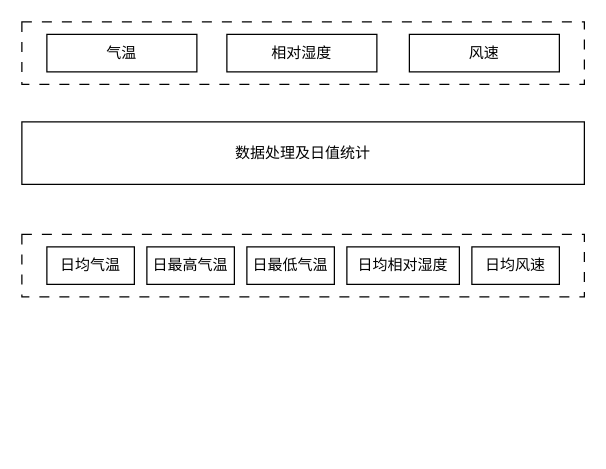
This is 功率条件.drawio from fourmia/Note, a draw.io file, before an edit. Source tidied: cells renumbered, new cells numbered last; positions are measured from the earlier drawing's top-left corner, leaving out a move shared by most shapes. Both pictures are drawn from the tidied source at 125%, with x=0, y=0 at pixel (21, 21).
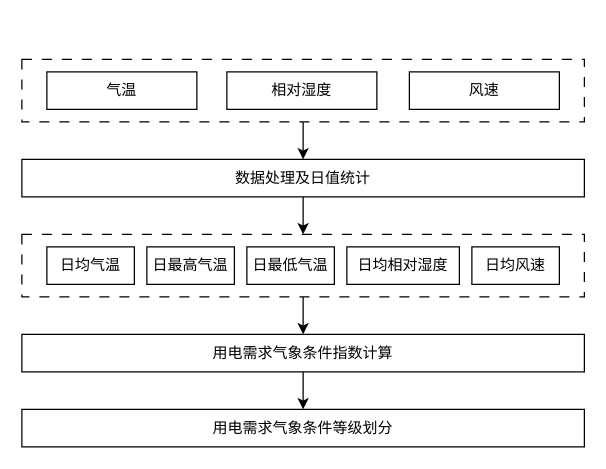
Above is the later version.

Commit message (it also covers changes not shown here):
更新功率条件.drawio

Diff of the diagram source:
```diff
@@
 <mxGraphModel>
   <root>
     <mxCell id="0" />
     <mxCell id="1" parent="0" />
+    <mxCell id="13" style="edgeStyle=orthogonalEdgeStyle;rounded=0;jettySize=auto;html=1;entryX=0.5;entryY=0;entryDx=0;entryDy=0;" parent="1" edge="1" source="2" target="6">
+      <mxGeometry relative="1" as="geometry" />
+    </mxCell>
     <mxCell id="2" style="rounded=0;whiteSpace=wrap;html=1;dashed=1;dashPattern=8 8;fillColor=none;" parent="1" vertex="1">
-      <mxGeometry width="450" height="50" as="geometry" />
+      <mxGeometry y="30" width="450" height="50" as="geometry" />
     </mxCell>
     <mxCell id="3" value="气温" style="rounded=0;whiteSpace=wrap;html=1;fillColor=none;" parent="1" vertex="1">
-      <mxGeometry x="20" y="10" width="120" height="30" as="geometry" />
+      <mxGeometry x="20" y="40" width="120" height="30" as="geometry" />
     </mxCell>
     <mxCell id="4" value="相对湿度" style="rounded=0;whiteSpace=wrap;html=1;fillColor=none;" parent="1" vertex="1">
-      <mxGeometry x="164" y="10" width="120" height="30" as="geometry" />
+      <mxGeometry x="164" y="40" width="120" height="30" as="geometry" />
     </mxCell>
     <mxCell id="5" value="风速" style="rounded=0;whiteSpace=wrap;html=1;fillColor=none;" parent="1" vertex="1">
-      <mxGeometry x="310" y="10" width="120" height="30" as="geometry" />
+      <mxGeometry x="310" y="40" width="120" height="30" as="geometry" />
     </mxCell>
+    <mxCell id="14" style="edgeStyle=orthogonalEdgeStyle;rounded=0;jettySize=auto;html=1;entryX=0.5;entryY=0;entryDx=0;entryDy=0;" parent="1" edge="1" source="6" target="7">
+      <mxGeometry relative="1" as="geometry" />
+    </mxCell>
     <mxCell id="6" value="数据处理及日值统计" style="rounded=0;whiteSpace=wrap;html=1;fillColor=none;" parent="1" vertex="1">
-      <mxGeometry y="80" width="450" height="50" as="geometry" />
+      <mxGeometry y="110" width="450" height="30" as="geometry" />
     </mxCell>
+    <mxCell id="15" style="edgeStyle=orthogonalEdgeStyle;rounded=0;jettySize=auto;html=1;" parent="1" edge="1" source="7" target="17">
+      <mxGeometry relative="1" as="geometry" />
+    </mxCell>
     <mxCell id="7" style="rounded=0;whiteSpace=wrap;html=1;dashed=1;dashPattern=8 8;fillColor=none;" parent="1" vertex="1">
       <mxGeometry y="170" width="450" height="50" as="geometry" />
     </mxCell>
     <mxCell id="8" value="日均气温" style="rounded=0;whiteSpace=wrap;html=1;fillColor=none;" parent="1" vertex="1">
       <mxGeometry x="20" y="180" width="70" height="30" as="geometry" />
     </mxCell>
     <mxCell id="9" value="日最高气温" style="rounded=0;whiteSpace=wrap;html=1;fillColor=none;" parent="1" vertex="1">
       <mxGeometry x="100" y="180" width="70" height="30" as="geometry" />
     </mxCell>
     <mxCell id="10" value="日最低气温" style="rounded=0;whiteSpace=wrap;html=1;fillColor=none;" parent="1" vertex="1">
       <mxGeometry x="180" y="180" width="70" height="30" as="geometry" />
     </mxCell>
     <mxCell id="11" value="日均相对湿度" style="rounded=0;whiteSpace=wrap;html=1;fillColor=none;" parent="1" vertex="1">
       <mxGeometry x="260" y="180" width="90" height="30" as="geometry" />
     </mxCell>
     <mxCell id="12" value="日均风速" style="rounded=0;whiteSpace=wrap;html=1;fillColor=none;" parent="1" vertex="1">
       <mxGeometry x="360" y="180" width="70" height="30" as="geometry" />
     </mxCell>
+    <mxCell id="16" style="edgeStyle=orthogonalEdgeStyle;rounded=0;jettySize=auto;html=1;" parent="1" edge="1" source="17" target="18">
+      <mxGeometry relative="1" as="geometry" />
+    </mxCell>
+    <mxCell id="17" value="用电需求气象条件指数计算" style="rounded=0;whiteSpace=wrap;html=1;fillColor=none;" parent="1" vertex="1">
+      <mxGeometry y="250" width="450" height="30" as="geometry" />
+    </mxCell>
+    <mxCell id="18" value="用电需求气象条件等级划分" style="rounded=0;whiteSpace=wrap;html=1;fillColor=none;" parent="1" vertex="1">
+      <mxGeometry y="310" width="450" height="30" as="geometry" />
+    </mxCell>
   </root>
 </mxGraphModel>
```
